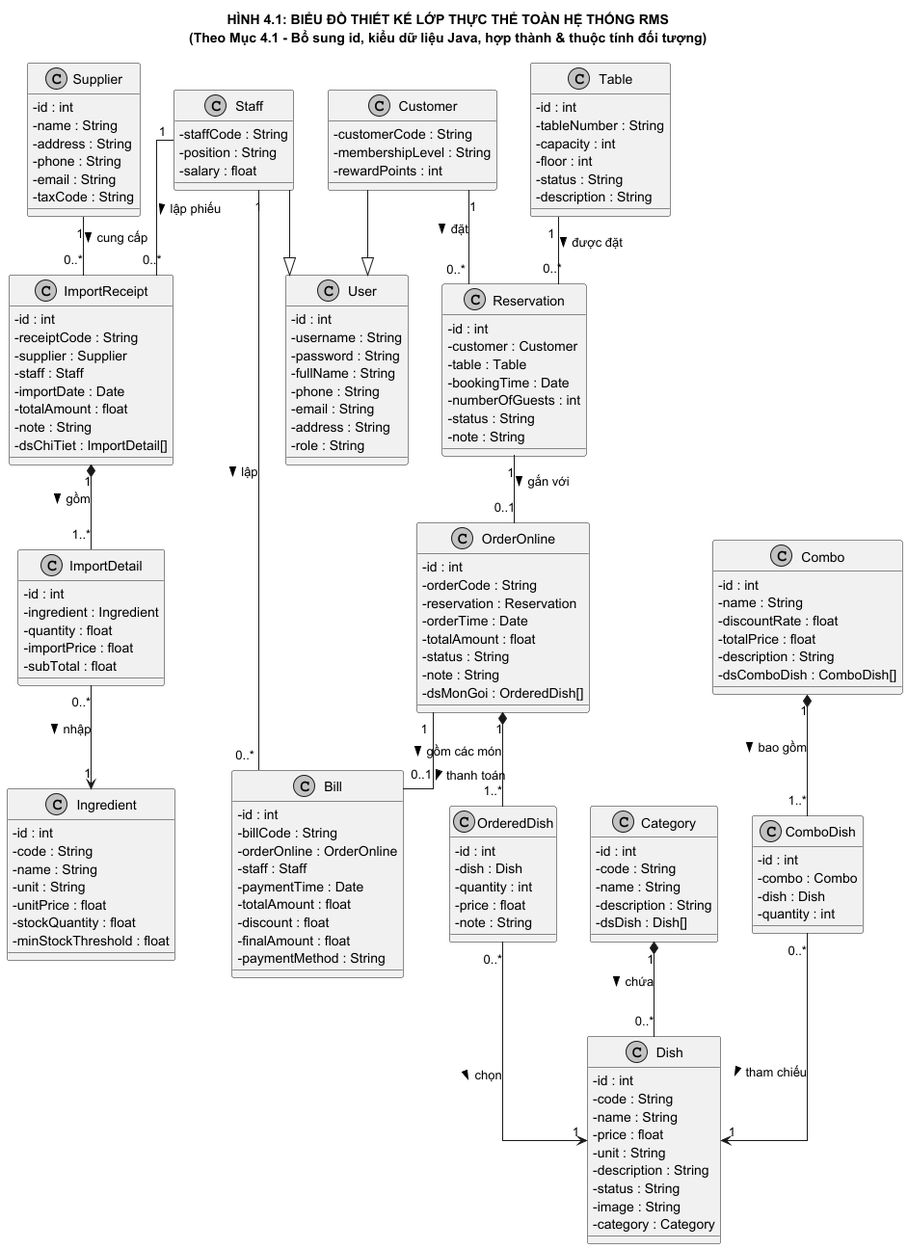
Earlier version of the PlantUML export docs/diagrams/Design_01_EntityClassDiagram.png (NEWBIE1005/RMS_RestaurantManagementSystem). Source of this version:
```plantuml
@startuml Design_01_EntityClassDiagram
skinparam classAttributeIconSize 0
skinparam monochrome true
skinparam shadowing false
skinparam linetype ortho

title HÌNH 4.1: BIỂU ĐỒ THIẾT KẾ LỚP THỰC THỂ TOÀN HỆ THỐNG RMS\n(Theo Mục 4.1 - Bổ sung id, kiểu dữ liệu Java, hợp thành & thuộc tính đối tượng)

class User {
    - id : int
    - username : String
    - password : String
    - fullName : String
    - phone : String
    - email : String
    - address : String
    - role : String
}

class Staff {
    - staffCode : String
    - position : String
    - salary : float
}

class Customer {
    - customerCode : String
    - membershipLevel : String
    - rewardPoints : int
}

class Category {
    - id : int
    - code : String
    - name : String
    - description : String
    - dsDish : Dish[]
}

class Dish {
    - id : int
    - code : String
    - name : String
    - price : float
    - unit : String
    - description : String
    - status : String
    - image : String
    - category : Category
}

class Combo {
    - id : int
    - name : String
    - discountRate : float
    - totalPrice : float
    - description : String
    - dsComboDish : ComboDish[]
}

class ComboDish {
    - id : int
    - combo : Combo
    - dish : Dish
    - quantity : int
}

class Table {
    - id : int
    - tableNumber : String
    - capacity : int
    - floor : int
    - status : String
    - description : String
}

class Reservation {
    - id : int
    - customer : Customer
    - table : Table
    - bookingTime : Date
    - numberOfGuests : int
    - status : String
    - note : String
}

class OrderOnline {
    - id : int
    - orderCode : String
    - reservation : Reservation
    - orderTime : Date
    - totalAmount : float
    - status : String
    - note : String
    - dsMonGoi : OrderedDish[]
}

class OrderedDish {
    - id : int
    - dish : Dish
    - quantity : int
    - price : float
    - note : String
}

class Bill {
    - id : int
    - billCode : String
    - orderOnline : OrderOnline
    - staff : Staff
    - paymentTime : Date
    - totalAmount : float
    - discount : float
    - finalAmount : float
    - paymentMethod : String
}

class Ingredient {
    - id : int
    - code : String
    - name : String
    - unit : String
    - unitPrice : float
    - stockQuantity : float
    - minStockThreshold : float
}

class Supplier {
    - id : int
    - name : String
    - address : String
    - phone : String
    - email : String
    - taxCode : String
}

class ImportReceipt {
    - id : int
    - receiptCode : String
    - supplier : Supplier
    - staff : Staff
    - importDate : Date
    - totalAmount : float
    - note : String
    - dsChiTiet : ImportDetail[]
}

class ImportDetail {
    - id : int
    - ingredient : Ingredient
    - quantity : float
    - importPrice : float
    - subTotal : float
}

Staff --|> User
Customer --|> User

Category "1" *-- "0..*" Dish : chứa >
Combo "1" *-- "1..*" ComboDish : bao gồm >
ComboDish "0..*" --> "1" Dish : tham chiếu >

Customer "1" -- "0..*" Reservation : đặt >
Table "1" -- "0..*" Reservation : được đặt >

Reservation "1" -- "0..1" OrderOnline : gắn với >
OrderOnline "1" *-- "1..*" OrderedDish : gồm các món >
OrderedDish "0..*" --> "1" Dish : chọn >

OrderOnline "1" -- "0..1" Bill : thanh toán >
Staff "1" -- "0..*" Bill : lập >

Supplier "1" -- "0..*" ImportReceipt : cung cấp >
Staff "1" -- "0..*" ImportReceipt : lập phiếu >
ImportReceipt "1" *-- "1..*" ImportDetail : gồm >
ImportDetail "0..*" --> "1" Ingredient : nhập >

@enduml
```
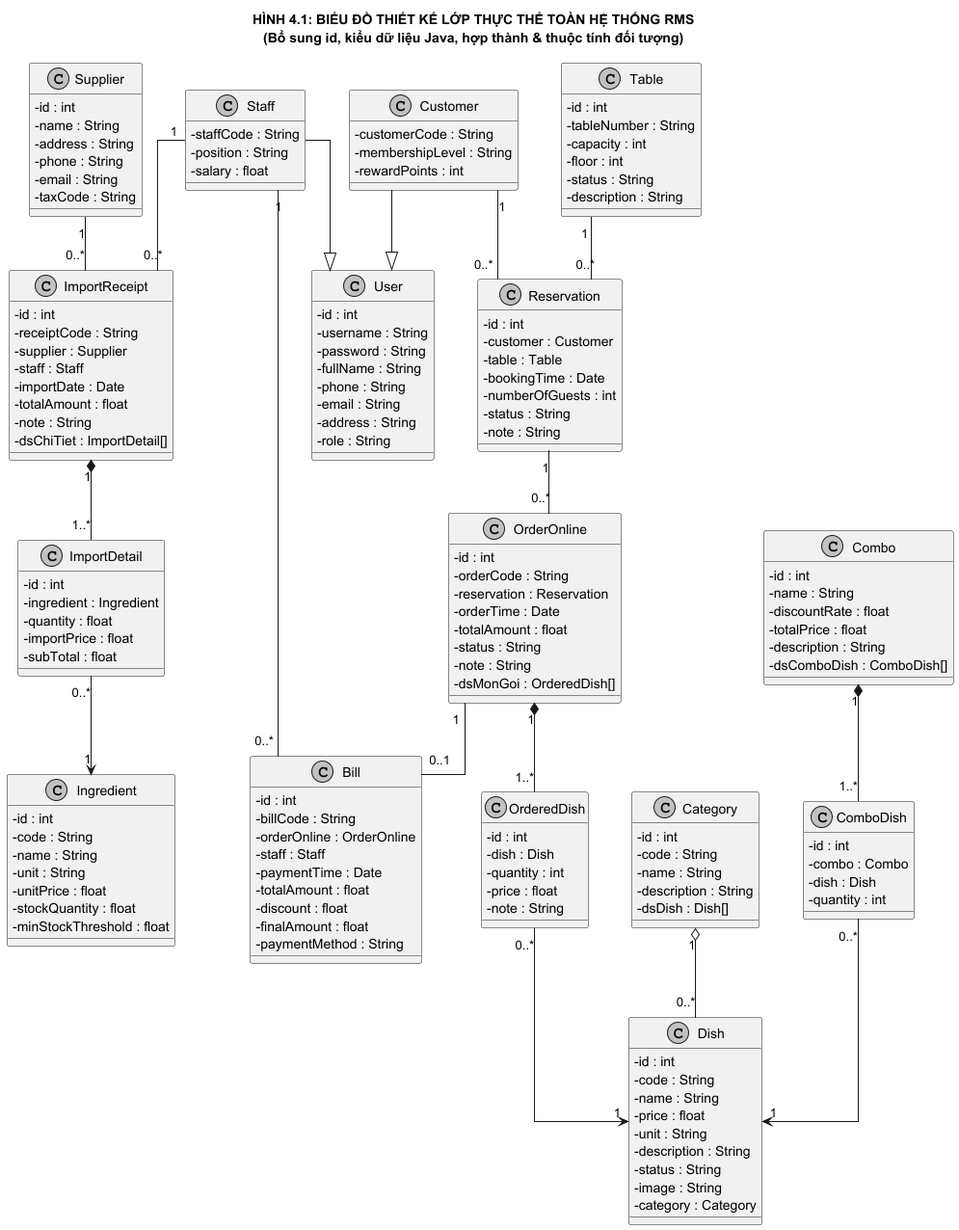
After the change.

The edit, as a diff of the source:
```diff
@@ -3,8 +3,10 @@
 skinparam monochrome true
 skinparam shadowing false
 skinparam linetype ortho
+skinparam nodesep 45
+skinparam ranksep 55
 
-title HÌNH 4.1: BIỂU ĐỒ THIẾT KẾ LỚP THỰC THỂ TOÀN HỆ THỐNG RMS\n(Theo Mục 4.1 - Bổ sung id, kiểu dữ liệu Java, hợp thành & thuộc tính đối tượng)
+title HÌNH 4.1: BIỂU ĐỒ THIẾT KẾ LỚP THỰC THỂ TOÀN HỆ THỐNG RMS\n(Bổ sung id, kiểu dữ liệu Java, hợp thành & thuộc tính đối tượng)
 
 class User {
     - id : int
@@ -156,23 +158,23 @@
 Staff --|> User
 Customer --|> User
 
-Category "1" *-- "0..*" Dish : chứa >
-Combo "1" *-- "1..*" ComboDish : bao gồm >
-ComboDish "0..*" --> "1" Dish : tham chiếu >
+Category "1" o-- "0..*" Dish
+Combo "1" *-- "1..*" ComboDish
+ComboDish "0..*" --> "1" Dish
 
-Customer "1" -- "0..*" Reservation : đặt >
-Table "1" -- "0..*" Reservation : được đặt >
+Customer "1" -- "0..*" Reservation
+Table "1" -- "0..*" Reservation
 
-Reservation "1" -- "0..1" OrderOnline : gắn với >
-OrderOnline "1" *-- "1..*" OrderedDish : gồm các món >
-OrderedDish "0..*" --> "1" Dish : chọn >
+Reservation "1" -- "0..*" OrderOnline
+OrderOnline "1" *-- "1..*" OrderedDish
+OrderedDish "0..*" --> "1" Dish
 
-OrderOnline "1" -- "0..1" Bill : thanh toán >
-Staff "1" -- "0..*" Bill : lập >
+OrderOnline "1" -- "0..1" Bill
+Staff "1" -- "0..*" Bill
 
-Supplier "1" -- "0..*" ImportReceipt : cung cấp >
-Staff "1" -- "0..*" ImportReceipt : lập phiếu >
-ImportReceipt "1" *-- "1..*" ImportDetail : gồm >
-ImportDetail "0..*" --> "1" Ingredient : nhập >
+Supplier "1" -- "0..*" ImportReceipt
+Staff "1" -- "0..*" ImportReceipt
+ImportReceipt "1" *-- "1..*" ImportDetail
+ImportDetail "0..*" --> "1" Ingredient
 
 @enduml
```
